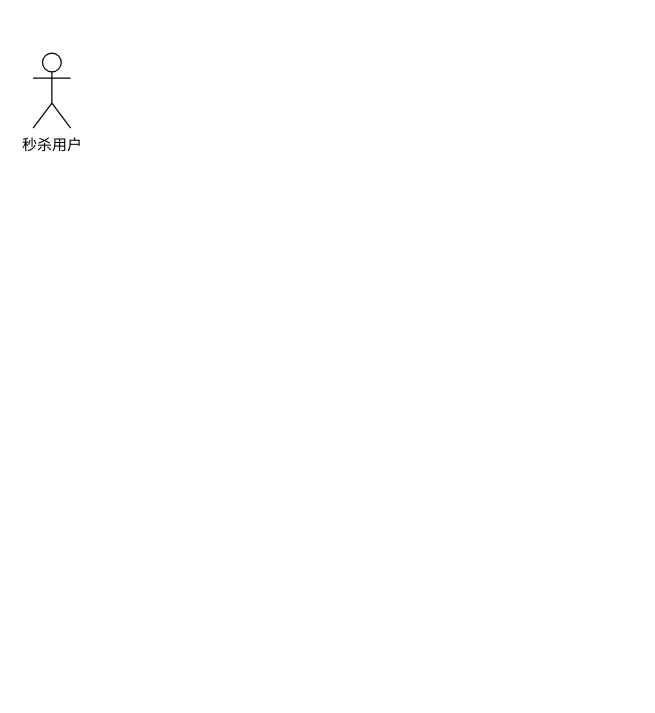
This is src/Java/Redis/未命名绘图.drawio from SihangXie/diagrams-app, a draw.io file, before an edit. Source tidied: cells renumbered, new cells numbered last; positions are measured from the earlier drawing's top-left corner, leaving out a move shared by most shapes. Both pictures are drawn from the tidied source at 125%, with x=0, y=0 at pixel (32, 52).
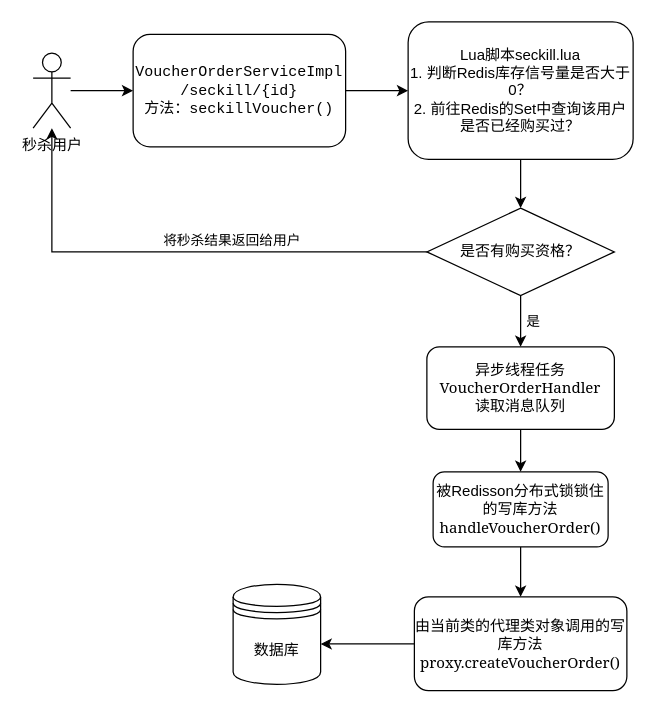
The same diagram, later.

Commit message (it also covers changes not shown here):
更新未命名绘图.drawio

What changed in the source:
```diff
@@
 <mxGraphModel>
   <root>
     <mxCell id="0" />
     <mxCell id="1" parent="0" />
+    <mxCell id="3" style="edgeStyle=orthogonalEdgeStyle;rounded=0;jettySize=auto;html=1;entryX=0;entryY=0.5;entryDx=0;entryDy=0;" parent="1" edge="1" source="2" target="5">
+      <mxGeometry relative="1" as="geometry" />
+    </mxCell>
     <mxCell id="2" value="秒杀用户" style="shape=umlActor;verticalLabelPosition=bottom;verticalAlign=top;html=1;outlineConnect=0;" parent="1" vertex="1">
       <mxGeometry width="30" height="60" as="geometry" />
     </mxCell>
+    <mxCell id="4" style="edgeStyle=orthogonalEdgeStyle;rounded=0;jettySize=auto;html=1;exitX=1;exitY=0.5;exitDx=0;exitDy=0;entryX=0;entryY=0.5;entryDx=0;entryDy=0;" parent="1" edge="1" source="5" target="7">
+      <mxGeometry relative="1" as="geometry" />
+    </mxCell>
+    <mxCell id="5" value="&lt;div style=&quot;&quot;&gt;&lt;font face=&quot;JetBrains Mono, monospace&quot;&gt;VoucherOrderServiceImpl&lt;/font&gt;&lt;br&gt;&lt;/div&gt;&lt;div style=&quot;font-family: &amp;quot;JetBrains Mono&amp;quot;, monospace;&quot;&gt;&lt;span style=&quot;background-color: rgb(255, 255, 255);&quot;&gt;&lt;font style=&quot;font-size: 12px;&quot;&gt;/seckill/{id}&lt;/font&gt;&lt;/span&gt;&lt;/div&gt;&lt;div style=&quot;font-family: &amp;quot;JetBrains Mono&amp;quot;, monospace;&quot;&gt;&lt;span style=&quot;background-color: rgb(255, 255, 255);&quot;&gt;方法：&lt;/span&gt;seckillVoucher()&lt;/div&gt;" style="rounded=1;whiteSpace=wrap;html=1;" parent="1" vertex="1">
+      <mxGeometry x="80" y="-15" width="170" height="90" as="geometry" />
+    </mxCell>
+    <mxCell id="6" style="edgeStyle=orthogonalEdgeStyle;rounded=0;jettySize=auto;html=1;exitX=0.5;exitY=1;exitDx=0;exitDy=0;entryX=0.5;entryY=0;entryDx=0;entryDy=0;" parent="1" edge="1" source="7" target="10">
+      <mxGeometry relative="1" as="geometry" />
+    </mxCell>
+    <mxCell id="7" value="Lua脚本seckill.lua&lt;br&gt;1. 判断Redis库存信号量是否大于0？&lt;br&gt;2. 前往Redis的Set中查询该用户是否已经购买过？" style="rounded=1;whiteSpace=wrap;html=1;" parent="1" vertex="1">
+      <mxGeometry x="300" y="-25" width="180" height="110" as="geometry" />
+    </mxCell>
+    <mxCell id="8" value="将秒杀结果返回给用户" style="edgeStyle=orthogonalEdgeStyle;rounded=0;jettySize=auto;html=1;exitX=0;exitY=0.5;exitDx=0;exitDy=0;" parent="1" edge="1" source="10" target="2">
+      <mxGeometry x="-0.22" y="-9" relative="1" as="geometry" />
+    </mxCell>
+    <mxCell id="9" value="是" style="edgeStyle=orthogonalEdgeStyle;rounded=0;jettySize=auto;html=1;exitX=0.5;exitY=1;exitDx=0;exitDy=0;entryX=0.5;entryY=0;entryDx=0;entryDy=0;" parent="1" edge="1" source="10" target="12">
+      <mxGeometry x="0.02" y="10" relative="1" as="geometry" />
+    </mxCell>
+    <mxCell id="10" value="是否有购买资格？" style="rhombus;whiteSpace=wrap;html=1;" parent="1" vertex="1">
+      <mxGeometry x="315" y="124" width="150" height="70" as="geometry" />
+    </mxCell>
+    <mxCell id="11" style="edgeStyle=orthogonalEdgeStyle;rounded=0;jettySize=auto;html=1;exitX=0.5;exitY=1;exitDx=0;exitDy=0;entryX=0.5;entryY=0;entryDx=0;entryDy=0;" parent="1" edge="1" source="12" target="14">
+      <mxGeometry relative="1" as="geometry" />
+    </mxCell>
+    <mxCell id="12" value="异步线程任务&lt;font face=&quot;Georgia&quot;&gt;VoucherOrderHandler&lt;br&gt;读取消息队列&lt;br&gt;&lt;/font&gt;" style="rounded=1;whiteSpace=wrap;html=1;" parent="1" vertex="1">
+      <mxGeometry x="315" y="235" width="150" height="66" as="geometry" />
+    </mxCell>
+    <mxCell id="13" style="edgeStyle=orthogonalEdgeStyle;rounded=0;jettySize=auto;html=1;exitX=0.5;exitY=1;exitDx=0;exitDy=0;entryX=0.5;entryY=0;entryDx=0;entryDy=0;" parent="1" edge="1" source="14" target="17">
+      <mxGeometry relative="1" as="geometry" />
+    </mxCell>
+    <mxCell id="14" value="被Redisson分布式锁锁住的写库方法&lt;br&gt;&lt;div&gt;&lt;font face=&quot;Georgia&quot;&gt;handleVoucherOrder()&lt;/font&gt;&lt;/div&gt;" style="rounded=1;whiteSpace=wrap;html=1;" parent="1" vertex="1">
+      <mxGeometry x="320" y="335" width="140" height="60" as="geometry" />
+    </mxCell>
+    <mxCell id="15" value="数据库" style="shape=datastore;whiteSpace=wrap;html=1;" parent="1" vertex="1">
+      <mxGeometry x="160" y="425" width="70" height="80" as="geometry" />
+    </mxCell>
+    <mxCell id="16" style="edgeStyle=orthogonalEdgeStyle;rounded=0;jettySize=auto;html=1;exitX=0;exitY=0.5;exitDx=0;exitDy=0;entryX=1;entryY=0.596;entryDx=0;entryDy=0;entryPerimeter=0;" parent="1" edge="1" source="17" target="15">
+      <mxGeometry relative="1" as="geometry" />
+    </mxCell>
+    <mxCell id="17" value="由当前类的代理类对象调用的写库方法&lt;br&gt;&lt;font face=&quot;Georgia&quot;&gt;proxy.createVoucherOrder()&lt;/font&gt;" style="rounded=1;whiteSpace=wrap;html=1;" parent="1" vertex="1">
+      <mxGeometry x="305" y="435" width="170" height="75" as="geometry" />
+    </mxCell>
   </root>
 </mxGraphModel>
```
